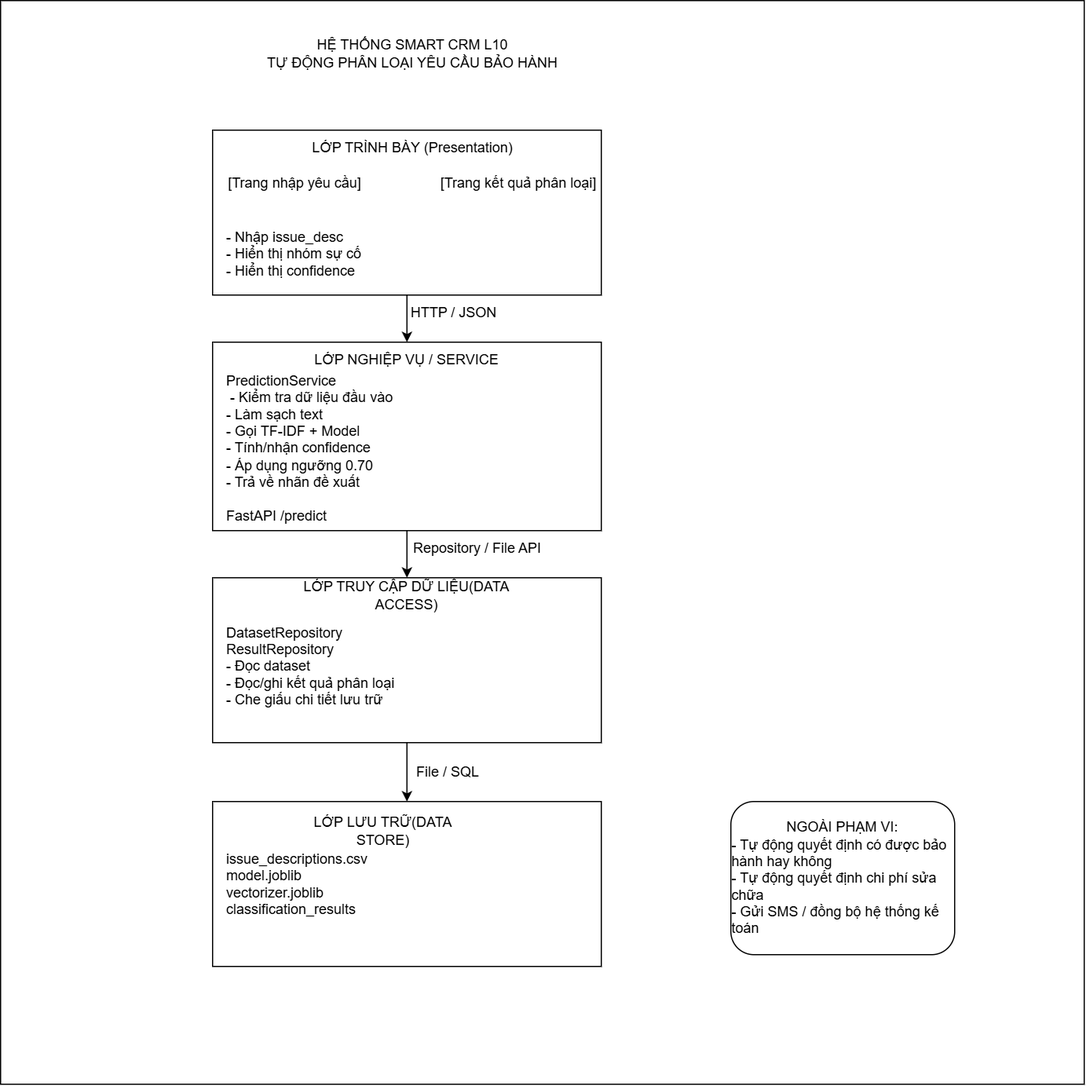
Above: docs/architecture.drawio.png in NguyenHuynhAnhTu/smartcrm-2374802010536-L10-PhanLoaiYeuCauBaoHanh (draw.io), before the change. Source tidied: cells renumbered, new cells last; positions are measured from the earlier drawing's top-left corner, leaving out a move shared by most shapes.
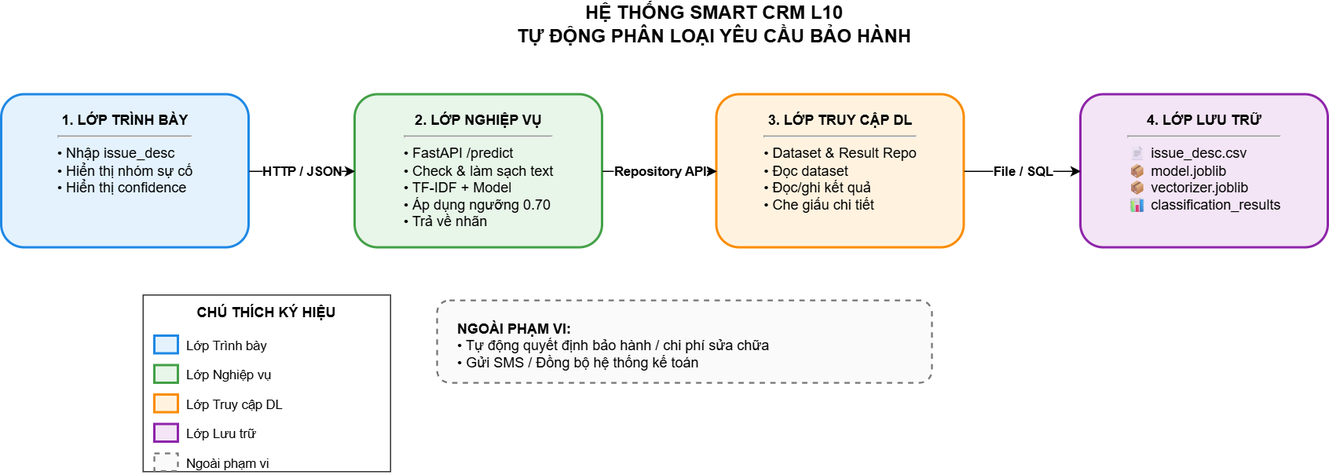
The same diagram one commit later.

Commit message:
docs: cập nhật lại các biểu đồ draw.io và file PDF

The edit, as a diff of the source:
```diff
@@ -2,74 +2,68 @@
   <root>
     <mxCell id="0" />
     <mxCell id="1" parent="0" />
-    <mxCell id="2" style="whiteSpace=wrap;html=1;" parent="1" vertex="1">
-      <mxGeometry width="920" height="920" as="geometry" />
-    </mxCell>
-    <mxCell id="3" value="HỆ THỐNG SMART CRM L10&lt;br/&gt;TỰ ĐỘNG PHÂN LOẠI YÊU CẦU BẢO HÀNH" style="text;html=1;whiteSpace=wrap;strokeColor=none;fillColor=none;align=center;verticalAlign=middle;rounded=0;" parent="1" vertex="1">
-      <mxGeometry x="110" y="30" width="480" height="30" as="geometry" />
+    <mxCell id="3" value="HỆ THỐNG SMART CRM L10&#10;TỰ ĐỘNG PHÂN LOẠI YÊU CẦU BẢO HÀNH" style="text;html=1;strokeColor=none;fillColor=none;align=center;verticalAlign=middle;whiteSpace=wrap;rounded=0;fontSize=16;fontStyle=1;" parent="1" vertex="1">
+      <mxGeometry x="110" y="30" width="500" height="40" as="geometry" />
     </mxCell>
-    <mxCell id="4" style="edgeStyle=orthogonalEdgeStyle;rounded=0;jettySize=auto;html=1;exitX=0.5;exitY=1;exitDx=0;exitDy=0;entryX=0.5;entryY=0;entryDx=0;entryDy=0;" parent="1" edge="1" source="5" target="11">
-      <mxGeometry relative="1" as="geometry" />
-    </mxCell>
-    <mxCell id="5" style="rounded=0;whiteSpace=wrap;html=1;" parent="1" vertex="1">
-      <mxGeometry x="180" y="110" width="330" height="140" as="geometry" />
-    </mxCell>
-    <mxCell id="6" value="  LỚP TRÌNH BÀY (Presentation)" style="text;html=1;whiteSpace=wrap;strokeColor=none;fillColor=none;align=center;verticalAlign=middle;rounded=0;" parent="1" vertex="1">
-      <mxGeometry x="250" y="110" width="200" height="30" as="geometry" />
-    </mxCell>
-    <mxCell id="7" value="[Trang nhập yêu cầu]" style="text;html=1;whiteSpace=wrap;strokeColor=none;fillColor=none;align=center;verticalAlign=middle;rounded=0;" parent="1" vertex="1">
-      <mxGeometry x="190" y="140" width="120" height="30" as="geometry" />
-    </mxCell>
-    <mxCell id="8" value="[Trang kết quả phân loại] " style="text;html=1;whiteSpace=wrap;strokeColor=none;fillColor=none;align=center;verticalAlign=middle;rounded=0;" parent="1" vertex="1">
-      <mxGeometry x="370" y="140" width="140" height="30" as="geometry" />
-    </mxCell>
-    <mxCell id="9" value="- Nhập issue_desc &lt;br&gt;- Hiển thị nhóm sự cố&lt;br&gt;- Hiển thị confidence" style="text;html=1;whiteSpace=wrap;strokeColor=none;fillColor=none;align=left;verticalAlign=middle;rounded=0;" parent="1" vertex="1">
-      <mxGeometry x="190" y="190" width="130" height="50" as="geometry" />
-    </mxCell>
-    <mxCell id="10" style="edgeStyle=orthogonalEdgeStyle;rounded=0;jettySize=auto;html=1;exitX=0.5;exitY=1;exitDx=0;exitDy=0;" parent="1" edge="1" source="11" target="13">
-      <mxGeometry relative="1" as="geometry" />
-    </mxCell>
-    <mxCell id="11" style="rounded=0;whiteSpace=wrap;html=1;" parent="1" vertex="1">
-      <mxGeometry x="180" y="290" width="330" height="160" as="geometry" />
-    </mxCell>
-    <mxCell id="12" style="edgeStyle=orthogonalEdgeStyle;rounded=0;jettySize=auto;html=1;exitX=0.5;exitY=1;exitDx=0;exitDy=0;entryX=0.5;entryY=0;entryDx=0;entryDy=0;" parent="1" edge="1" source="13" target="14">
-      <mxGeometry relative="1" as="geometry" />
-    </mxCell>
-    <mxCell id="13" style="rounded=0;whiteSpace=wrap;html=1;" parent="1" vertex="1">
-      <mxGeometry x="180" y="490" width="330" height="140" as="geometry" />
-    </mxCell>
-    <mxCell id="14" style="rounded=0;whiteSpace=wrap;html=1;" parent="1" vertex="1">
-      <mxGeometry x="180" y="680" width="330" height="140" as="geometry" />
-    </mxCell>
-    <mxCell id="15" value="  LỚP NGHIỆP VỤ / SERVICE " style="text;html=1;whiteSpace=wrap;strokeColor=none;fillColor=none;align=center;verticalAlign=middle;rounded=0;" parent="1" vertex="1">
-      <mxGeometry x="245" y="290" width="200" height="30" as="geometry" />
-    </mxCell>
-    <mxCell id="16" value="PredictionService&lt;br&gt;&amp;nbsp;- Kiểm tra dữ liệu đầu vào&lt;br&gt;&lt;div style=&quot;&quot;&gt;&lt;span style=&quot;background-color: transparent; color: light-dark(rgb(0, 0, 0), rgb(255, 255, 255));&quot;&gt;- Làm sạch text&lt;/span&gt;&lt;/div&gt;- Gọi TF-IDF + Model&lt;br&gt;- Tính/nhận confidence&lt;br&gt;- Áp dụng ngưỡng 0.70 &lt;br&gt; - Trả về nhãn đề xuất&lt;br&gt;&amp;nbsp;&lt;div&gt;FastAPI /predict&amp;nbsp;&lt;/div&gt;" style="text;html=1;whiteSpace=wrap;strokeColor=none;fillColor=none;align=left;verticalAlign=middle;rounded=0;" parent="1" vertex="1">
-      <mxGeometry x="190" y="310" width="170" height="140" as="geometry" />
-    </mxCell>
-    <mxCell id="17" value="DatasetRepository &lt;br&gt;ResultRepository&lt;br&gt;- Đọc dataset&lt;br&gt;- Đọc/ghi kết quả phân loại&lt;br&gt;- Che giấu chi tiết lưu trữ" style="text;html=1;whiteSpace=wrap;strokeColor=none;fillColor=none;align=left;verticalAlign=middle;rounded=0;" parent="1" vertex="1">
-      <mxGeometry x="190" y="530" width="220" height="70" as="geometry" />
-    </mxCell>
-    <mxCell id="18" value="  LỚP TRUY CẬP DỮ LIỆU(DATA ACCESS)" style="text;html=1;whiteSpace=wrap;strokeColor=none;fillColor=none;align=center;verticalAlign=middle;rounded=0;" parent="1" vertex="1">
-      <mxGeometry x="245" y="490" width="200" height="30" as="geometry" />
-    </mxCell>
-    <mxCell id="19" value=" LỚP LƯU TRỮ(DATA STORE)" style="text;html=1;whiteSpace=wrap;strokeColor=none;fillColor=none;align=center;verticalAlign=middle;rounded=0;" parent="1" vertex="1">
-      <mxGeometry x="250" y="690" width="150" height="30" as="geometry" />
-    </mxCell>
-    <mxCell id="20" value="issue_descriptions.csv  &lt;br&gt;model.joblib&lt;br&gt;vectorizer.joblib&lt;br&gt;classification_results" style="text;html=1;whiteSpace=wrap;strokeColor=none;fillColor=none;align=left;verticalAlign=middle;rounded=0;" parent="1" vertex="1">
-      <mxGeometry x="190" y="720" width="160" height="60" as="geometry" />
-    </mxCell>
-    <mxCell id="21" value="NGOÀI PHẠM VI:&lt;br&gt;&lt;div style=&quot;text-align: left;&quot;&gt;&lt;span style=&quot;background-color: transparent; color: light-dark(rgb(0, 0, 0), rgb(255, 255, 255));&quot;&gt;- Tự động quyết định có được bảo hành hay không&lt;/span&gt;&lt;/div&gt;&lt;div style=&quot;text-align: left;&quot;&gt;&lt;span style=&quot;background-color: transparent; color: light-dark(rgb(0, 0, 0), rgb(255, 255, 255));&quot;&gt;- Tự động quyết định chi phí sửa chữa&lt;/span&gt;&lt;/div&gt;&lt;div style=&quot;text-align: left;&quot;&gt;&lt;span style=&quot;background-color: transparent; color: light-dark(rgb(0, 0, 0), rgb(255, 255, 255));&quot;&gt;- Gửi SMS / đồng bộ hệ thống kế toán&lt;/span&gt;&lt;/div&gt;" style="rounded=1;whiteSpace=wrap;html=1;roundedPerimeter=1;" parent="1" vertex="1">
-      <mxGeometry x="620" y="680" width="190" height="130" as="geometry" />
-    </mxCell>
+    <mxCell id="25" value="&lt;b&gt;1. LỚP TRÌNH BÀY&lt;/b&gt;&lt;hr&gt;&lt;div style=&quot;text-align: left;&quot;&gt;• Nhập issue_desc&lt;br&gt;• Hiển thị nhóm sự cố&lt;br&gt;• Hiển thị confidence&lt;/div&gt;" style="rounded=1;whiteSpace=wrap;html=1;fillColor=#e3f2fd;strokeColor=#1e88e5;strokeWidth=2;align=center;verticalAlign=top;spacingTop=8;spacingLeft=10;spacingRight=10;" parent="1" vertex="1">
+      <mxGeometry x="-245" y="110" width="210" height="130" as="geometry" />
+    </mxCell>
+    <mxCell id="26" value="&lt;b&gt;2. LỚP NGHIỆP VỤ&lt;/b&gt;&lt;hr&gt;&lt;div style=&quot;text-align: left;&quot;&gt;• FastAPI /predict&lt;br&gt;• Check &amp;amp; làm sạch text&lt;br&gt;• TF-IDF + Model&lt;br&gt;• Áp dụng ngưỡng 0.70&lt;br&gt;• Trả về nhãn&lt;/div&gt;" style="rounded=1;whiteSpace=wrap;html=1;fillColor=#e8f5e9;strokeColor=#43a047;strokeWidth=2;align=center;verticalAlign=top;spacingTop=8;spacingLeft=10;spacingRight=10;" parent="1" vertex="1">
+      <mxGeometry x="55" y="110" width="210" height="130" as="geometry" />
+    </mxCell>
+    <mxCell id="27" value="&lt;b&gt;3. LỚP TRUY CẬP DL&lt;/b&gt;&lt;hr&gt;&lt;div style=&quot;text-align: left;&quot;&gt;• Dataset &amp;amp; Result Repo&lt;br&gt;• Đọc dataset&lt;br&gt;• Đọc/ghi kết quả&lt;br&gt;• Che giấu chi tiết&lt;/div&gt;" style="rounded=1;whiteSpace=wrap;html=1;fillColor=#fff3e0;strokeColor=#fb8c00;strokeWidth=2;align=center;verticalAlign=top;spacingTop=8;spacingLeft=10;spacingRight=10;" parent="1" vertex="1">
+      <mxGeometry x="362" y="110" width="210" height="130" as="geometry" />
+    </mxCell>
+    <mxCell id="28" value="&lt;b&gt;4. LỚP LƯU TRỮ&lt;/b&gt;&lt;hr&gt;&lt;div style=&quot;text-align: left;&quot;&gt;📄 issue_desc.csv&lt;br&gt;📦 model.joblib&lt;br&gt;📦 vectorizer.joblib&lt;br&gt;📊 classification_results&lt;/div&gt;" style="rounded=1;whiteSpace=wrap;html=1;fillColor=#f3e5f5;strokeColor=#8e24aa;strokeWidth=2;align=center;verticalAlign=top;spacingTop=8;spacingLeft=10;spacingRight=10;" parent="1" vertex="1">
+      <mxGeometry x="671" y="110" width="210" height="130" as="geometry" />
+    </mxCell>
-    <mxCell id="22" value="HTTP / JSON" style="text;html=1;whiteSpace=wrap;strokeColor=none;fillColor=none;align=center;verticalAlign=middle;rounded=0;" parent="1" vertex="1">
-      <mxGeometry x="320" y="250" width="130" height="30" as="geometry" />
+    <mxCell id="22" value="HTTP / JSON" style="edgeStyle=orthogonalEdgeStyle;rounded=0;jettySize=auto;html=1;exitX=1;exitY=0.5;exitDx=0;exitDy=0;entryX=0;entryY=0.5;entryDx=0;entryDy=0;fontStyle=1;fontSize=11;" parent="1" edge="1" source="25" target="26">
+      <mxGeometry relative="1" as="geometry" />
     </mxCell>
-    <mxCell id="23" value="Repository / File API" style="text;html=1;whiteSpace=wrap;strokeColor=none;fillColor=none;align=center;verticalAlign=middle;rounded=0;" parent="1" vertex="1">
-      <mxGeometry x="340" y="450" width="130" height="30" as="geometry" />
-    </mxCell>
+    <mxCell id="29" value="Repository API" style="edgeStyle=orthogonalEdgeStyle;rounded=0;jettySize=auto;html=1;exitX=1;exitY=0.5;exitDx=0;exitDy=0;entryX=0;entryY=0.5;entryDx=0;entryDy=0;fontStyle=1;fontSize=11;" parent="1" edge="1" source="26" target="27">
+      <mxGeometry relative="1" as="geometry" />
+    </mxCell>
-    <mxCell id="24" value="File / SQL" style="text;html=1;whiteSpace=wrap;strokeColor=none;fillColor=none;align=center;verticalAlign=middle;rounded=0;" parent="1" vertex="1">
-      <mxGeometry x="315" y="640" width="130" height="30" as="geometry" />
+    <mxCell id="24" value="File / SQL" style="edgeStyle=orthogonalEdgeStyle;rounded=0;jettySize=auto;html=1;exitX=1;exitY=0.5;exitDx=0;exitDy=0;entryX=0;entryY=0.5;entryDx=0;entryDy=0;fontStyle=1;fontSize=11;" parent="1" edge="1" source="27" target="28">
+      <mxGeometry relative="1" as="geometry" />
     </mxCell>
+    <mxCell id="30" style="rounded=0;whiteSpace=wrap;html=1;fillColor=#ffffff;strokeColor=#333333;strokeWidth=1;" parent="1" vertex="1">
+      <mxGeometry x="-125" y="280" width="210" height="150" as="geometry" />
+    </mxCell>
+    <mxCell id="31" value="&lt;b&gt;CHÚ THÍCH KÝ HIỆU&lt;/b&gt;" style="text;html=1;strokeColor=none;fillColor=none;align=center;verticalAlign=middle;whiteSpace=wrap;rounded=0;" parent="1" vertex="1">
+      <mxGeometry x="-125" y="285" width="210" height="20" as="geometry" />
+    </mxCell>
+    <mxCell id="32" style="rounded=0;whiteSpace=wrap;html=1;fillColor=#e3f2fd;strokeColor=#1e88e5;strokeWidth=2;" parent="1" vertex="1">
+      <mxGeometry x="-115" y="315" width="20" height="15" as="geometry" />
+    </mxCell>
+    <mxCell id="33" value="Lớp Trình bày" style="text;html=1;strokeColor=none;fillColor=none;align=left;verticalAlign=middle;whiteSpace=wrap;rounded=0;fontSize=11;" parent="1" vertex="1">
+      <mxGeometry x="-90" y="312.5" width="160" height="20" as="geometry" />
+    </mxCell>
+    <mxCell id="34" style="rounded=0;whiteSpace=wrap;html=1;fillColor=#e8f5e9;strokeColor=#43a047;strokeWidth=2;" parent="1" vertex="1">
+      <mxGeometry x="-115" y="340" width="20" height="15" as="geometry" />
+    </mxCell>
+    <mxCell id="35" value="Lớp Nghiệp vụ" style="text;html=1;strokeColor=none;fillColor=none;align=left;verticalAlign=middle;whiteSpace=wrap;rounded=0;fontSize=11;" parent="1" vertex="1">
+      <mxGeometry x="-90" y="337.5" width="160" height="20" as="geometry" />
+    </mxCell>
+    <mxCell id="36" style="rounded=0;whiteSpace=wrap;html=1;fillColor=#fff3e0;strokeColor=#fb8c00;strokeWidth=2;" parent="1" vertex="1">
+      <mxGeometry x="-115" y="365" width="20" height="15" as="geometry" />
+    </mxCell>
+    <mxCell id="37" value="Lớp Truy cập DL" style="text;html=1;strokeColor=none;fillColor=none;align=left;verticalAlign=middle;whiteSpace=wrap;rounded=0;fontSize=11;" parent="1" vertex="1">
+      <mxGeometry x="-90" y="362.5" width="160" height="20" as="geometry" />
+    </mxCell>
+    <mxCell id="38" style="rounded=0;whiteSpace=wrap;html=1;fillColor=#f3e5f5;strokeColor=#8e24aa;strokeWidth=2;" parent="1" vertex="1">
+      <mxGeometry x="-115" y="390" width="20" height="15" as="geometry" />
+    </mxCell>
+    <mxCell id="39" value="Lớp Lưu trữ" style="text;html=1;strokeColor=none;fillColor=none;align=left;verticalAlign=middle;whiteSpace=wrap;rounded=0;fontSize=11;" parent="1" vertex="1">
+      <mxGeometry x="-90" y="387.5" width="160" height="20" as="geometry" />
+    </mxCell>
+    <mxCell id="40" style="rounded=0;whiteSpace=wrap;html=1;fillColor=#fafafa;strokeColor=#757575;dashed=1;strokeWidth=1.5;" parent="1" vertex="1">
+      <mxGeometry x="-115" y="415" width="20" height="15" as="geometry" />
+    </mxCell>
+    <mxCell id="41" value="Ngoài phạm vi" style="text;html=1;strokeColor=none;fillColor=none;align=left;verticalAlign=middle;whiteSpace=wrap;rounded=0;fontSize=11;" parent="1" vertex="1">
+      <mxGeometry x="-90" y="412.5" width="160" height="20" as="geometry" />
+    </mxCell>
+    <mxCell id="42" value="&lt;b&gt;NGOÀI PHẠM VI:&lt;/b&gt;&lt;br&gt;• Tự động quyết định bảo hành / chi phí sửa chữa&lt;br&gt;• Gửi SMS / Đồng bộ hệ thống kế toán" style="rounded=1;whiteSpace=wrap;html=1;fillColor=#fafafa;strokeColor=#757575;dashed=1;strokeWidth=1.5;align=left;verticalAlign=top;spacingTop=10;spacingLeft=15;" parent="1" vertex="1">
+      <mxGeometry x="125" y="285" width="420" height="70" as="geometry" />
+    </mxCell>
   </root>
 </mxGraphModel>
```
